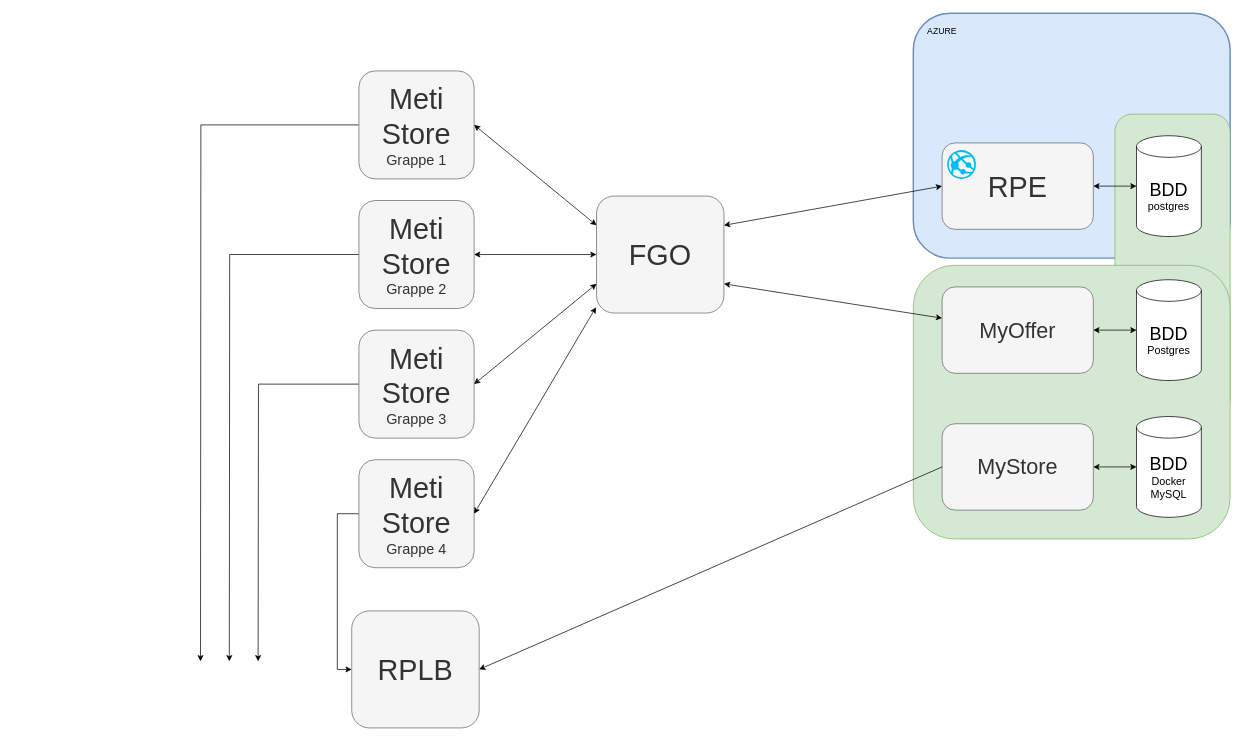
This is Qualification/UAT-11.drawio from nabitechnique/diagrams, a draw.io file, before an edit. Source tidied: cells renumbered, new cells numbered last; positions are measured from the earlier drawing's top-left corner, leaving out a move shared by most shapes. Both pictures are drawn from the tidied source at 72%, with x=0, y=0 at pixel (200, 13). Pictures stored in the file or linked from it are replaced by grey dashed boxes.
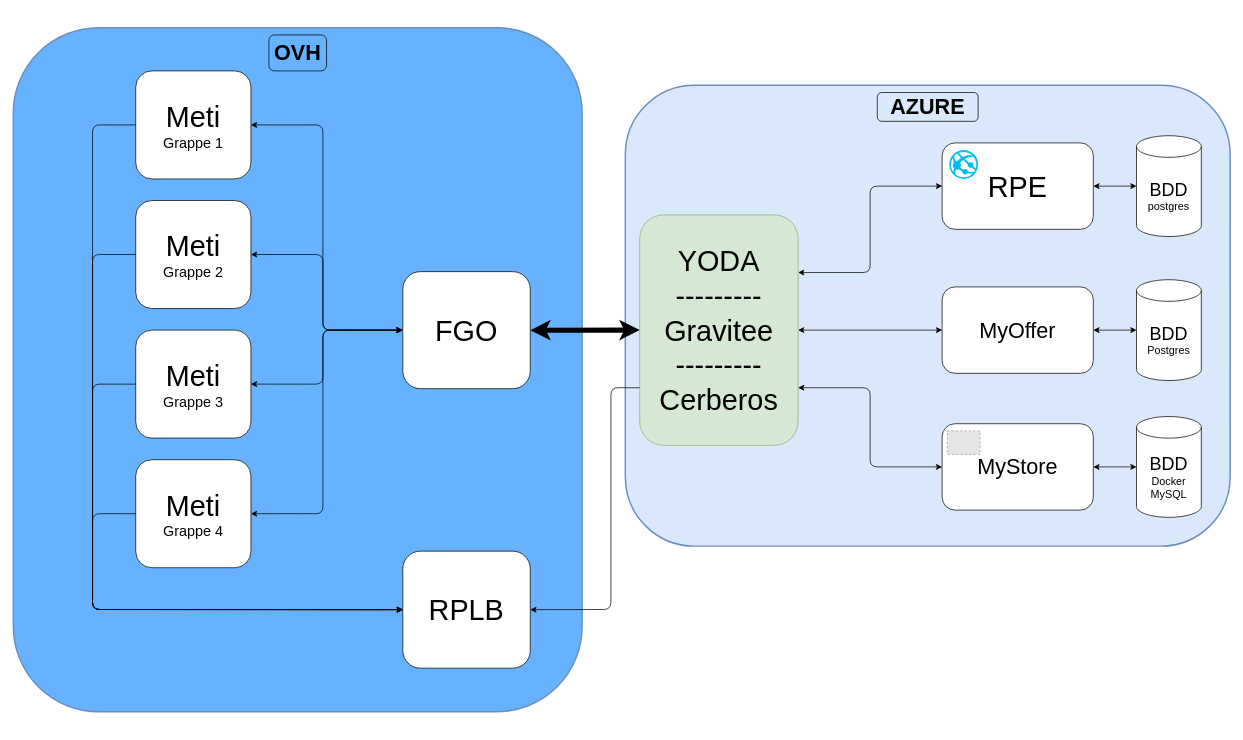
Above is the later version.

The edit, as a diff of the source:
```diff
@@
+    <mxCell id="33" style="rounded=1;whiteSpace=wrap;html=1;strokeColor=#6c8ebf;align=left;strokeWidth=2;fillColor=#66B2FF;glass=0;shadow=0;sketch=0;" parent="1" vertex="1">
+      <mxGeometry x="-260" y="20" width="790" height="950" as="geometry" />
+    </mxCell>
     <mxCell id="2" style="rounded=1;whiteSpace=wrap;html=1;fillColor=#dae8fc;strokeColor=#6c8ebf;align=left;strokeWidth=2;" parent="1" vertex="1">
-      <mxGeometry x="990" width="440" height="340" as="geometry" />
+      <mxGeometry x="590" y="100" width="840" height="640" as="geometry" />
     </mxCell>
-    <mxCell id="3" style="rounded=1;whiteSpace=wrap;html=1;fillColor=#d5e8d4;strokeColor=#82b366;" parent="1" vertex="1">
-      <mxGeometry x="1270" y="140" width="160" height="420" as="geometry" />
-    </mxCell>
-    <mxCell id="4" style="rounded=1;whiteSpace=wrap;html=1;fillColor=#d5e8d4;strokeColor=#82b366;" parent="1" vertex="1">
-      <mxGeometry x="990" y="350" width="440" height="380" as="geometry" />
-    </mxCell>
-    <mxCell id="5" value="&lt;font style=&quot;font-size: 40px&quot;&gt;FGO&lt;/font&gt;" style="rounded=1;whiteSpace=wrap;html=1;fillColor=#f5f5f5;strokeColor=#666666;fontColor=#333333;" parent="1" vertex="1">
-      <mxGeometry x="550" y="253.8" width="177" height="162.5" as="geometry" />
+    <mxCell id="5" value="&lt;font style=&quot;font-size: 40px&quot;&gt;FGO&lt;/font&gt;" style="rounded=1;whiteSpace=wrap;html=1;" parent="1" vertex="1">
+      <mxGeometry x="281" y="358.8" width="177" height="162.5" as="geometry" />
     </mxCell>
-    <mxCell id="6" value="&lt;font style=&quot;font-size: 40px&quot;&gt;RPE&lt;br&gt;&lt;/font&gt;" style="rounded=1;whiteSpace=wrap;html=1;fillColor=#f5f5f5;strokeColor=#666666;fontColor=#333333;" parent="1" vertex="1">
+    <mxCell id="6" value="&lt;font style=&quot;font-size: 40px&quot;&gt;RPE&lt;br&gt;&lt;/font&gt;" style="rounded=1;whiteSpace=wrap;html=1;" parent="1" vertex="1">
       <mxGeometry x="1030" y="180" width="210" height="120" as="geometry" />
     </mxCell>
-    <mxCell id="7" value="&lt;font style=&quot;font-size: 30px&quot;&gt;MyOffer&lt;/font&gt;" style="rounded=1;whiteSpace=wrap;html=1;fillColor=#f5f5f5;strokeColor=#666666;fontColor=#333333;" parent="1" vertex="1">
+    <mxCell id="7" value="&lt;font style=&quot;font-size: 30px&quot;&gt;MyOffer&lt;/font&gt;" style="rounded=1;whiteSpace=wrap;html=1;" parent="1" vertex="1">
       <mxGeometry x="1030" y="380" width="210" height="120" as="geometry" />
     </mxCell>
@@
     <mxCell id="10" style="verticalLabelPosition=bottom;html=1;verticalAlign=top;align=center;strokeColor=none;fillColor=#00BEF2;shape=mxgraph.azure.azure_website;" parent="1" vertex="1">
-      <mxGeometry x="1037" y="190" width="40" height="40" as="geometry" />
+      <mxGeometry x="1040" y="190" width="40" height="40" as="geometry" />
     </mxCell>
-    <mxCell id="11" value="AZURE" style="text;html=1;strokeColor=none;fillColor=none;align=center;verticalAlign=middle;whiteSpace=wrap;rounded=0;" parent="1" vertex="1">
-      <mxGeometry x="1010" y="15" width="40" height="20" as="geometry" />
+    <mxCell id="11" value="&lt;b&gt;&lt;font style=&quot;font-size: 30px&quot;&gt;AZURE&lt;/font&gt;&lt;/b&gt;" style="text;html=1;fillColor=none;align=center;verticalAlign=middle;whiteSpace=wrap;rounded=1;strokeColor=#000000;glass=0;" parent="1" vertex="1">
+      <mxGeometry x="940" y="110" width="140" height="40" as="geometry" />
     </mxCell>
-    <mxCell id="12" style="endArrow=classic;startArrow=classic;html=1;entryX=0;entryY=0.5;entryDx=0;entryDy=0;exitX=1;exitY=0.25;exitDx=0;exitDy=0;" parent="1" edge="1" source="5" target="6">
-      <mxGeometry relative="1" as="geometry" />
-    </mxCell>
@@
-    <mxCell id="14" style="endArrow=classic;startArrow=classic;html=1;exitX=1;exitY=0.75;exitDx=0;exitDy=0;" parent="1" edge="1" source="5" target="7">
+    <mxCell id="14" style="endArrow=classic;startArrow=classic;html=1;" parent="1" edge="1" source="38" target="7">
       <mxGeometry relative="1" as="geometry" />
     </mxCell>
@@
-    <mxCell id="16" value="&lt;font style=&quot;font-size: 30px&quot;&gt;MyStore&lt;/font&gt;" style="rounded=1;whiteSpace=wrap;html=1;fillColor=#f5f5f5;strokeColor=#666666;fontColor=#333333;" parent="1" vertex="1">
+    <mxCell id="16" value="&lt;font style=&quot;font-size: 30px&quot;&gt;MyStore&lt;/font&gt;" style="rounded=1;whiteSpace=wrap;html=1;" parent="1" vertex="1">
       <mxGeometry x="1030" y="570" width="210" height="120" as="geometry" />
     </mxCell>
@@
-    <mxCell id="19" style="edgeStyle=orthogonalEdgeStyle;rounded=0;jettySize=auto;html=1;" parent="1" edge="1" source="20">
-      <mxGeometry relative="1" as="geometry">
-        <mxPoint y="900" as="targetPoint" />
-      </mxGeometry>
-    </mxCell>
-    <mxCell id="20" value="&lt;font&gt;&lt;span style=&quot;font-size: 40px&quot;&gt;Meti &lt;/span&gt;&lt;br&gt;&lt;span style=&quot;font-size: 40px&quot;&gt;Store&lt;/span&gt;&lt;br&gt;&lt;font style=&quot;font-size: 20px&quot;&gt;Grappe 1&lt;/font&gt;&lt;br&gt;&lt;/font&gt;" style="rounded=1;whiteSpace=wrap;html=1;fillColor=#f5f5f5;strokeColor=#666666;fontColor=#333333;" parent="1" vertex="1">
-      <mxGeometry x="220" y="80" width="160" height="150" as="geometry" />
+    <mxCell id="20" value="&lt;font&gt;&lt;span style=&quot;font-size: 40px&quot;&gt;Meti&lt;/span&gt;&lt;br&gt;&lt;font style=&quot;font-size: 20px&quot;&gt;Grappe 1&lt;/font&gt;&lt;br&gt;&lt;/font&gt;" style="rounded=1;whiteSpace=wrap;html=1;" parent="1" vertex="1">
+      <mxGeometry x="-90" y="80" width="160" height="150" as="geometry" />
     </mxCell>
-    <mxCell id="21" style="edgeStyle=orthogonalEdgeStyle;rounded=0;jettySize=auto;html=1;" parent="1" edge="1" source="22">
-      <mxGeometry relative="1" as="geometry">
-        <mxPoint x="40" y="900" as="targetPoint" />
-      </mxGeometry>
-    </mxCell>
-    <mxCell id="22" value="&lt;font&gt;&lt;span style=&quot;font-size: 40px&quot;&gt;Meti &lt;/span&gt;&lt;br&gt;&lt;span style=&quot;font-size: 40px&quot;&gt;Store&lt;/span&gt;&lt;br&gt;&lt;font style=&quot;font-size: 20px&quot;&gt;Grappe 2&lt;/font&gt;&lt;br&gt;&lt;/font&gt;" style="rounded=1;whiteSpace=wrap;html=1;fillColor=#f5f5f5;strokeColor=#666666;fontColor=#333333;" parent="1" vertex="1">
-      <mxGeometry x="220" y="260" width="160" height="150" as="geometry" />
+    <mxCell id="22" value="&lt;font&gt;&lt;span style=&quot;font-size: 40px&quot;&gt;Meti &lt;/span&gt;&lt;br&gt;&lt;font style=&quot;font-size: 20px&quot;&gt;Grappe 2&lt;/font&gt;&lt;br&gt;&lt;/font&gt;" style="rounded=1;whiteSpace=wrap;html=1;" parent="1" vertex="1">
+      <mxGeometry x="-90" y="260" width="160" height="150" as="geometry" />
     </mxCell>
-    <mxCell id="23" style="edgeStyle=orthogonalEdgeStyle;rounded=0;jettySize=auto;html=1;exitX=0;exitY=0.5;exitDx=0;exitDy=0;" parent="1" edge="1" source="24">
-      <mxGeometry relative="1" as="geometry">
-        <mxPoint x="80" y="900" as="targetPoint" />
-      </mxGeometry>
-    </mxCell>
-    <mxCell id="24" value="&lt;font&gt;&lt;span style=&quot;font-size: 40px&quot;&gt;Meti &lt;/span&gt;&lt;br&gt;&lt;span style=&quot;font-size: 40px&quot;&gt;Store&lt;/span&gt;&lt;br&gt;&lt;font style=&quot;font-size: 20px&quot;&gt;Grappe 3&lt;/font&gt;&lt;br&gt;&lt;/font&gt;" style="rounded=1;whiteSpace=wrap;html=1;fillColor=#f5f5f5;strokeColor=#666666;fontColor=#333333;" parent="1" vertex="1">
-      <mxGeometry x="220" y="440" width="160" height="150" as="geometry" />
+    <mxCell id="24" value="&lt;font&gt;&lt;span style=&quot;font-size: 40px&quot;&gt;Meti &lt;/span&gt;&lt;br&gt;&lt;font style=&quot;font-size: 20px&quot;&gt;Grappe 3&lt;/font&gt;&lt;br&gt;&lt;/font&gt;" style="rounded=1;whiteSpace=wrap;html=1;" parent="1" vertex="1">
+      <mxGeometry x="-90" y="440" width="160" height="150" as="geometry" />
     </mxCell>
-    <mxCell id="25" style="edgeStyle=orthogonalEdgeStyle;rounded=0;jettySize=auto;html=1;exitX=0;exitY=0.5;exitDx=0;exitDy=0;entryX=0;entryY=0.5;entryDx=0;entryDy=0;" parent="1" edge="1" source="26" target="27">
-      <mxGeometry relative="1" as="geometry" />
-    </mxCell>
-    <mxCell id="26" value="&lt;font&gt;&lt;span style=&quot;font-size: 40px&quot;&gt;Meti &lt;/span&gt;&lt;br&gt;&lt;span style=&quot;font-size: 40px&quot;&gt;Store&lt;/span&gt;&lt;br&gt;&lt;font style=&quot;font-size: 20px&quot;&gt;Grappe 4&lt;/font&gt;&lt;br&gt;&lt;/font&gt;" style="rounded=1;whiteSpace=wrap;html=1;fillColor=#f5f5f5;strokeColor=#666666;fontColor=#333333;" parent="1" vertex="1">
-      <mxGeometry x="220" y="620" width="160" height="150" as="geometry" />
+    <mxCell id="26" value="&lt;font&gt;&lt;span style=&quot;font-size: 40px&quot;&gt;Meti&lt;/span&gt;&lt;br&gt;&lt;font style=&quot;font-size: 20px&quot;&gt;Grappe 4&lt;/font&gt;&lt;br&gt;&lt;/font&gt;" style="rounded=1;whiteSpace=wrap;html=1;" parent="1" vertex="1">
+      <mxGeometry x="-90" y="620" width="160" height="150" as="geometry" />
     </mxCell>
-    <mxCell id="27" value="&lt;font style=&quot;font-size: 40px&quot;&gt;RPLB&lt;/font&gt;" style="rounded=1;whiteSpace=wrap;html=1;fillColor=#f5f5f5;strokeColor=#666666;fontColor=#333333;" parent="1" vertex="1">
-      <mxGeometry x="210" y="830" width="177" height="162.5" as="geometry" />
+    <mxCell id="27" value="&lt;font style=&quot;font-size: 40px&quot;&gt;RPLB&lt;/font&gt;" style="rounded=1;whiteSpace=wrap;html=1;" parent="1" vertex="1">
+      <mxGeometry x="281" y="747" width="177" height="162.5" as="geometry" />
     </mxCell>
-    <mxCell id="28" style="endArrow=classic;html=1;exitX=0;exitY=0.5;exitDx=0;exitDy=0;entryX=1;entryY=0.5;entryDx=0;entryDy=0;" parent="1" edge="1" source="16" target="27">
-      <mxGeometry relative="1" as="geometry" />
-    </mxCell>
-    <mxCell id="29" style="endArrow=classic;startArrow=classic;html=1;entryX=1;entryY=0.5;entryDx=0;entryDy=0;exitX=0;exitY=0.25;exitDx=0;exitDy=0;" parent="1" edge="1" source="5" target="20">
-      <mxGeometry relative="1" as="geometry" />
+    <mxCell id="29" style="endArrow=classic;startArrow=classic;html=1;entryX=1;entryY=0.5;entryDx=0;entryDy=0;exitX=0;exitY=0.5;exitDx=0;exitDy=0;" parent="1" edge="1" source="5" target="20">
+      <mxGeometry x="0.25" relative="1" as="geometry">
+        <Array as="points">
+          <mxPoint x="170" y="440" />
+          <mxPoint x="170" y="260" />
+          <mxPoint x="170" y="155" />
+        </Array>
+      </mxGeometry>
     </mxCell>
-    <mxCell id="30" style="endArrow=classic;startArrow=classic;html=1;entryX=1;entryY=0.5;entryDx=0;entryDy=0;exitX=0;exitY=0.5;exitDx=0;exitDy=0;" parent="1" edge="1" source="5" target="22">
-      <mxGeometry relative="1" as="geometry" />
-    </mxCell>
+    <mxCell id="34" style="endArrow=classic;startArrow=classic;html=1;entryX=1;entryY=0.5;entryDx=0;entryDy=0;" parent="1" edge="1" target="22">
+      <mxGeometry relative="1" as="geometry">
+        <mxPoint x="280" y="440" as="sourcePoint" />
+        <Array as="points">
+          <mxPoint x="170" y="440" />
+          <mxPoint x="170" y="335" />
+        </Array>
+      </mxGeometry>
+    </mxCell>
-    <mxCell id="31" style="endArrow=classic;startArrow=classic;html=1;entryX=1;entryY=0.5;entryDx=0;entryDy=0;exitX=0;exitY=0.75;exitDx=0;exitDy=0;" parent="1" edge="1" source="5" target="24">
-      <mxGeometry relative="1" as="geometry" />
+    <mxCell id="31" style="endArrow=classic;startArrow=classic;html=1;entryX=1;entryY=0.5;entryDx=0;entryDy=0;exitX=0;exitY=0.5;exitDx=0;exitDy=0;" parent="1" edge="1" source="5" target="24">
+      <mxGeometry relative="1" as="geometry">
+        <Array as="points">
+          <mxPoint x="170" y="440" />
+          <mxPoint x="170" y="515" />
+        </Array>
+      </mxGeometry>
     </mxCell>
-    <mxCell id="32" style="endArrow=classic;startArrow=classic;html=1;entryX=1;entryY=0.5;entryDx=0;entryDy=0;exitX=-0.004;exitY=0.95;exitDx=0;exitDy=0;exitPerimeter=0;" parent="1" edge="1" source="5" target="26">
-      <mxGeometry relative="1" as="geometry" />
-    </mxCell>
+    <mxCell id="35" style="endArrow=classic;startArrow=classic;html=1;exitX=0;exitY=0.5;exitDx=0;exitDy=0;" parent="1" edge="1" source="5">
+      <mxGeometry relative="1" as="geometry">
+        <mxPoint x="70" y="695" as="targetPoint" />
+        <Array as="points">
+          <mxPoint x="170" y="440" />
+          <mxPoint x="170" y="695" />
+        </Array>
+      </mxGeometry>
+    </mxCell>
+    <mxCell id="36" style="fillColor=#E6E6E6;strokeColor=#999999;dashed=1;verticalLabelPosition=bottom;verticalAlign=top;" parent="1" vertex="1">
+      <mxGeometry x="1037.2" y="580" width="45.5" height="32.6" as="geometry" />
+    </mxCell>
+    <mxCell id="37" value="&lt;b&gt;&lt;font style=&quot;font-size: 30px&quot;&gt;OVH&lt;/font&gt;&lt;/b&gt;" style="text;html=1;fillColor=none;align=center;verticalAlign=middle;whiteSpace=wrap;rounded=1;strokeColor=#000000;" parent="1" vertex="1">
+      <mxGeometry x="95" y="30" width="80" height="50" as="geometry" />
+    </mxCell>
+    <mxCell id="38" value="&lt;font style=&quot;font-size: 40px&quot;&gt;YODA&lt;br&gt;---------&lt;br&gt;Gravitee&lt;br&gt;---------&lt;br&gt;Cerberos&lt;br&gt;&lt;/font&gt;" style="rounded=1;whiteSpace=wrap;html=1;fillColor=#d5e8d4;strokeColor=#82b366;" parent="1" vertex="1">
+      <mxGeometry x="610" y="280" width="220" height="320" as="geometry" />
+    </mxCell>
+    <mxCell id="39" style="endArrow=classic;startArrow=classic;html=1;entryX=0;entryY=0.5;entryDx=0;entryDy=0;exitX=1;exitY=0.25;exitDx=0;exitDy=0;" parent="1" edge="1" source="38" target="6">
+      <mxGeometry relative="1" as="geometry">
+        <Array as="points">
+          <mxPoint x="930" y="360" />
+          <mxPoint x="930" y="240" />
+        </Array>
+      </mxGeometry>
+    </mxCell>
+    <mxCell id="40" style="endArrow=classic;startArrow=classic;html=1;entryX=0;entryY=0.5;entryDx=0;entryDy=0;exitX=1;exitY=0.75;exitDx=0;exitDy=0;" parent="1" edge="1" source="38" target="16">
+      <mxGeometry relative="1" as="geometry">
+        <Array as="points">
+          <mxPoint x="930" y="520" />
+          <mxPoint x="930" y="630" />
+        </Array>
+      </mxGeometry>
+    </mxCell>
+    <mxCell id="41" style="endArrow=classic;startArrow=classic;html=1;exitX=0;exitY=0.5;exitDx=0;exitDy=0;entryX=1;entryY=0.5;entryDx=0;entryDy=0;strokeWidth=7;" parent="1" edge="1" source="38" target="5">
+      <mxGeometry relative="1" as="geometry" />
+    </mxCell>
+    <mxCell id="42" style="endArrow=classic;html=1;strokeWidth=1;entryX=1;entryY=0.5;entryDx=0;entryDy=0;exitX=0;exitY=0.75;exitDx=0;exitDy=0;" parent="1" edge="1" source="38" target="27">
+      <mxGeometry relative="1" as="geometry">
+        <Array as="points">
+          <mxPoint x="570" y="520" />
+          <mxPoint x="570" y="828" />
+        </Array>
+      </mxGeometry>
+    </mxCell>
+    <mxCell id="43" style="endArrow=classic;html=1;strokeWidth=1;entryX=0;entryY=0.5;entryDx=0;entryDy=0;exitX=0;exitY=0.5;exitDx=0;exitDy=0;" parent="1" edge="1" source="20" target="27">
+      <mxGeometry relative="1" as="geometry">
+        <Array as="points">
+          <mxPoint x="-150" y="155" />
+          <mxPoint x="-150" y="828" />
+        </Array>
+      </mxGeometry>
+    </mxCell>
+    <mxCell id="44" style="endArrow=classic;html=1;strokeWidth=1;exitX=0;exitY=0.5;exitDx=0;exitDy=0;entryX=0;entryY=0.5;entryDx=0;entryDy=0;" parent="1" edge="1" source="22" target="27">
+      <mxGeometry relative="1" as="geometry">
+        <Array as="points">
+          <mxPoint x="-150" y="335" />
+          <mxPoint x="-150" y="828" />
+        </Array>
+      </mxGeometry>
+    </mxCell>
+    <mxCell id="45" style="endArrow=classic;html=1;strokeWidth=1;exitX=0;exitY=0.5;exitDx=0;exitDy=0;entryX=0;entryY=0.5;entryDx=0;entryDy=0;" parent="1" edge="1" source="24" target="27">
+      <mxGeometry relative="1" as="geometry">
+        <Array as="points">
+          <mxPoint x="-150" y="515" />
+          <mxPoint x="-150" y="828" />
+        </Array>
+      </mxGeometry>
+    </mxCell>
+    <mxCell id="25" style="endArrow=classic;html=1;strokeWidth=1;exitX=0;exitY=0.5;exitDx=0;exitDy=0;entryX=0;entryY=0.5;entryDx=0;entryDy=0;" parent="1" edge="1" source="26" target="27">
+      <mxGeometry relative="1" as="geometry">
+        <Array as="points">
+          <mxPoint x="-150" y="695" />
+          <mxPoint x="-150" y="828" />
+        </Array>
+      </mxGeometry>
+    </mxCell>
```
